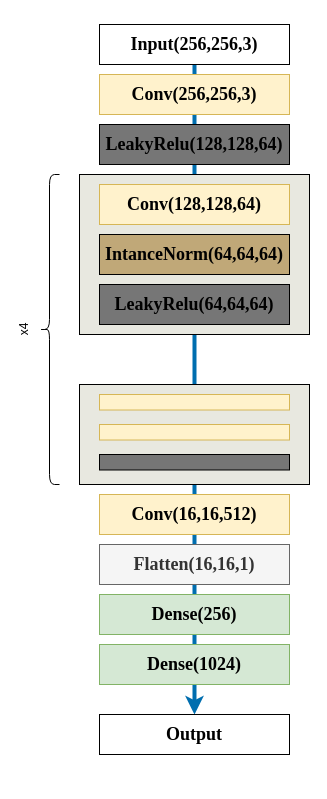
Earlier version of the draw.io diagram discriminantor-architecture.drawio (LFNing/General). Source tidied: cells renumbered, new cells numbered last; positions are measured from the earlier drawing's top-left corner, leaving out a move shared by most shapes. Both pictures are drawn from the tidied source at 100%, with x=0, y=0 at pixel (19, 24).
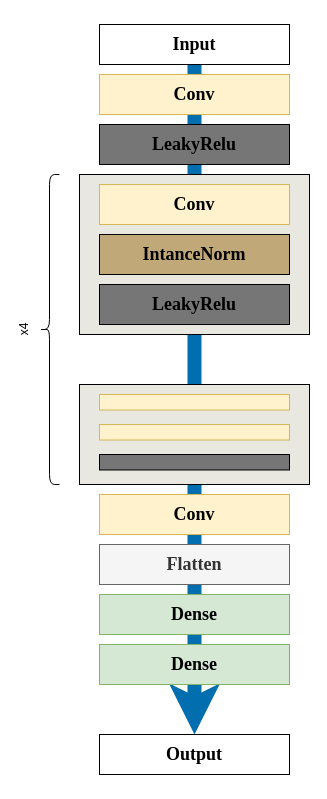
The same diagram, later.

Diff of the diagram source:
```diff
@@
-    <mxCell id="2" style="endArrow=classic;html=1;rounded=0;fontFamily=Times New Roman;fontSize=18;exitX=0.5;exitY=1;exitDx=0;exitDy=0;entryX=0.5;entryY=0;entryDx=0;entryDy=0;strokeWidth=4;fillColor=#1ba1e2;strokeColor=#006EAF;" parent="1" edge="1" source="4" target="16">
+    <mxCell id="2" style="endArrow=classic;html=1;rounded=0;fontFamily=Times New Roman;fontSize=18;exitX=0.5;exitY=1;exitDx=0;exitDy=0;entryX=0.5;entryY=0;entryDx=0;entryDy=0;strokeWidth=14;fillColor=#1ba1e2;strokeColor=#006EAF;" parent="1" edge="1" source="4" target="16">
       <mxGeometry relative="1" as="geometry" />
     </mxCell>
@@
-    <mxCell id="4" value="&lt;h5&gt;&lt;font style=&quot;font-size: 18px;&quot; face=&quot;Times New Roman&quot;&gt;Input(256,256,3)&lt;/font&gt;&lt;/h5&gt;" style="rounded=0;whiteSpace=wrap;html=1;" parent="1" vertex="1">
+    <mxCell id="4" value="&lt;h5&gt;&lt;font style=&quot;font-size: 18px;&quot; face=&quot;Times New Roman&quot;&gt;Input&lt;/font&gt;&lt;/h5&gt;" style="rounded=0;whiteSpace=wrap;html=1;" parent="1" vertex="1">
       <mxGeometry x="80" width="190" height="40" as="geometry" />
     </mxCell>
-    <mxCell id="5" value="&lt;h5&gt;&lt;font face=&quot;Times New Roman&quot;&gt;&lt;span style=&quot;font-size: 18px;&quot;&gt;Conv(256,256,3)&lt;/span&gt;&lt;/font&gt;&lt;/h5&gt;" style="rounded=0;whiteSpace=wrap;html=1;fillColor=#fff2cc;strokeColor=#d6b656;" parent="1" vertex="1">
+    <mxCell id="5" value="&lt;h5&gt;&lt;font face=&quot;Times New Roman&quot;&gt;&lt;span style=&quot;font-size: 18px;&quot;&gt;Conv&lt;/span&gt;&lt;/font&gt;&lt;/h5&gt;" style="rounded=0;whiteSpace=wrap;html=1;fillColor=#fff2cc;strokeColor=#d6b656;" parent="1" vertex="1">
       <mxGeometry x="80" y="50" width="190" height="40" as="geometry" />
     </mxCell>
-    <mxCell id="6" value="&lt;font style=&quot;font-size: 18px;&quot; face=&quot;Times New Roman&quot;&gt;&lt;b&gt;LeakyRelu(128,128,64)&lt;/b&gt;&lt;/font&gt;" style="rounded=0;whiteSpace=wrap;html=1;fillColor=#767676;" parent="1" vertex="1">
+    <mxCell id="6" value="&lt;font style=&quot;font-size: 18px;&quot; face=&quot;Times New Roman&quot;&gt;&lt;b&gt;LeakyRelu&lt;/b&gt;&lt;/font&gt;" style="rounded=0;whiteSpace=wrap;html=1;fillColor=#767676;" parent="1" vertex="1">
       <mxGeometry x="80" y="100" width="190" height="40" as="geometry" />
     </mxCell>
-    <mxCell id="7" value="&lt;h5&gt;&lt;font face=&quot;Times New Roman&quot;&gt;&lt;span style=&quot;font-size: 18px;&quot;&gt;Conv(128,128,64)&lt;/span&gt;&lt;/font&gt;&lt;/h5&gt;" style="rounded=0;whiteSpace=wrap;html=1;fillColor=#fff2cc;strokeColor=#d6b656;" parent="1" vertex="1">
+    <mxCell id="7" value="&lt;h5&gt;&lt;font face=&quot;Times New Roman&quot;&gt;&lt;span style=&quot;font-size: 18px;&quot;&gt;Conv&lt;/span&gt;&lt;/font&gt;&lt;/h5&gt;" style="rounded=0;whiteSpace=wrap;html=1;fillColor=#fff2cc;strokeColor=#d6b656;" parent="1" vertex="1">
       <mxGeometry x="80" y="160" width="190" height="40" as="geometry" />
     </mxCell>
-    <mxCell id="8" value="&lt;h5&gt;&lt;font style=&quot;font-size: 18px;&quot; face=&quot;Times New Roman&quot;&gt;IntanceNorm(64,64,64)&lt;/font&gt;&lt;/h5&gt;" style="rounded=0;whiteSpace=wrap;html=1;fillColor=#C0A878;" parent="1" vertex="1">
+    <mxCell id="8" value="&lt;h5&gt;&lt;font style=&quot;font-size: 18px;&quot; face=&quot;Times New Roman&quot;&gt;IntanceNorm&lt;/font&gt;&lt;/h5&gt;" style="rounded=0;whiteSpace=wrap;html=1;fillColor=#C0A878;" parent="1" vertex="1">
       <mxGeometry x="80" y="210" width="190" height="40" as="geometry" />
     </mxCell>
-    <mxCell id="9" value="&lt;b style=&quot;font-family: &amp;quot;Times New Roman&amp;quot;; font-size: 18px;&quot;&gt;LeakyRelu(64,64,64)&lt;/b&gt;" style="rounded=0;whiteSpace=wrap;html=1;fillColor=#767676;" parent="1" vertex="1">
+    <mxCell id="9" value="&lt;b style=&quot;font-family: &amp;quot;Times New Roman&amp;quot;; font-size: 18px;&quot;&gt;LeakyRelu&lt;/b&gt;" style="rounded=0;whiteSpace=wrap;html=1;fillColor=#767676;" parent="1" vertex="1">
       <mxGeometry x="80" y="260" width="190" height="40" as="geometry" />
     </mxCell>
@@
-    <mxCell id="14" value="&lt;h5&gt;&lt;font face=&quot;Times New Roman&quot;&gt;&lt;span style=&quot;font-size: 18px;&quot;&gt;Conv(16,16,512)&lt;/span&gt;&lt;/font&gt;&lt;/h5&gt;" style="rounded=0;whiteSpace=wrap;html=1;fillColor=#fff2cc;strokeColor=#d6b656;" parent="1" vertex="1">
+    <mxCell id="14" value="&lt;h5&gt;&lt;font face=&quot;Times New Roman&quot;&gt;&lt;span style=&quot;font-size: 18px;&quot;&gt;Conv&lt;/span&gt;&lt;/font&gt;&lt;/h5&gt;" style="rounded=0;whiteSpace=wrap;html=1;fillColor=#fff2cc;strokeColor=#d6b656;" parent="1" vertex="1">
       <mxGeometry x="80" y="470" width="190" height="40" as="geometry" />
     </mxCell>
-    <mxCell id="15" value="&lt;h5&gt;&lt;font face=&quot;Times New Roman&quot;&gt;&lt;span style=&quot;font-size: 18px;&quot;&gt;Dense(1024)&lt;/span&gt;&lt;/font&gt;&lt;/h5&gt;" style="rounded=0;whiteSpace=wrap;html=1;fillColor=#d5e8d4;strokeColor=#82b366;" parent="1" vertex="1">
+    <mxCell id="15" value="&lt;h5&gt;&lt;font face=&quot;Times New Roman&quot;&gt;&lt;span style=&quot;font-size: 18px;&quot;&gt;Dense&lt;/span&gt;&lt;/font&gt;&lt;/h5&gt;" style="rounded=0;whiteSpace=wrap;html=1;fillColor=#d5e8d4;strokeColor=#82b366;" parent="1" vertex="1">
       <mxGeometry x="80" y="620" width="190" height="40" as="geometry" />
     </mxCell>
     <mxCell id="16" value="&lt;h5&gt;&lt;font style=&quot;font-size: 18px;&quot; face=&quot;Times New Roman&quot;&gt;Output&lt;/font&gt;&lt;/h5&gt;" style="rounded=0;whiteSpace=wrap;html=1;" parent="1" vertex="1">
-      <mxGeometry x="80" y="690" width="190" height="40" as="geometry" />
+      <mxGeometry x="80" y="710" width="190" height="40" as="geometry" />
     </mxCell>
-    <mxCell id="17" value="&lt;h5&gt;&lt;font face=&quot;Times New Roman&quot;&gt;&lt;span style=&quot;font-size: 18px;&quot;&gt;Flatten(16,16,1)&lt;/span&gt;&lt;/font&gt;&lt;/h5&gt;" style="rounded=0;whiteSpace=wrap;html=1;fillColor=#f5f5f5;strokeColor=#666666;fontColor=#333333;" parent="1" vertex="1">
+    <mxCell id="17" value="&lt;h5&gt;&lt;font face=&quot;Times New Roman&quot;&gt;&lt;span style=&quot;font-size: 18px;&quot;&gt;Flatten&lt;/span&gt;&lt;/font&gt;&lt;/h5&gt;" style="rounded=0;whiteSpace=wrap;html=1;fillColor=#f5f5f5;strokeColor=#666666;fontColor=#333333;" parent="1" vertex="1">
       <mxGeometry x="80" y="520" width="190" height="40" as="geometry" />
     </mxCell>
-    <mxCell id="18" value="&lt;h5&gt;&lt;font face=&quot;Times New Roman&quot;&gt;&lt;span style=&quot;font-size: 18px;&quot;&gt;Dense(256)&lt;/span&gt;&lt;/font&gt;&lt;/h5&gt;" style="rounded=0;whiteSpace=wrap;html=1;fillColor=#d5e8d4;strokeColor=#82b366;" parent="1" vertex="1">
+    <mxCell id="18" value="&lt;h5&gt;&lt;font face=&quot;Times New Roman&quot;&gt;&lt;span style=&quot;font-size: 18px;&quot;&gt;Dense&lt;/span&gt;&lt;/font&gt;&lt;/h5&gt;" style="rounded=0;whiteSpace=wrap;html=1;fillColor=#d5e8d4;strokeColor=#82b366;" parent="1" vertex="1">
       <mxGeometry x="80" y="570" width="190" height="40" as="geometry" />
     </mxCell>
```
